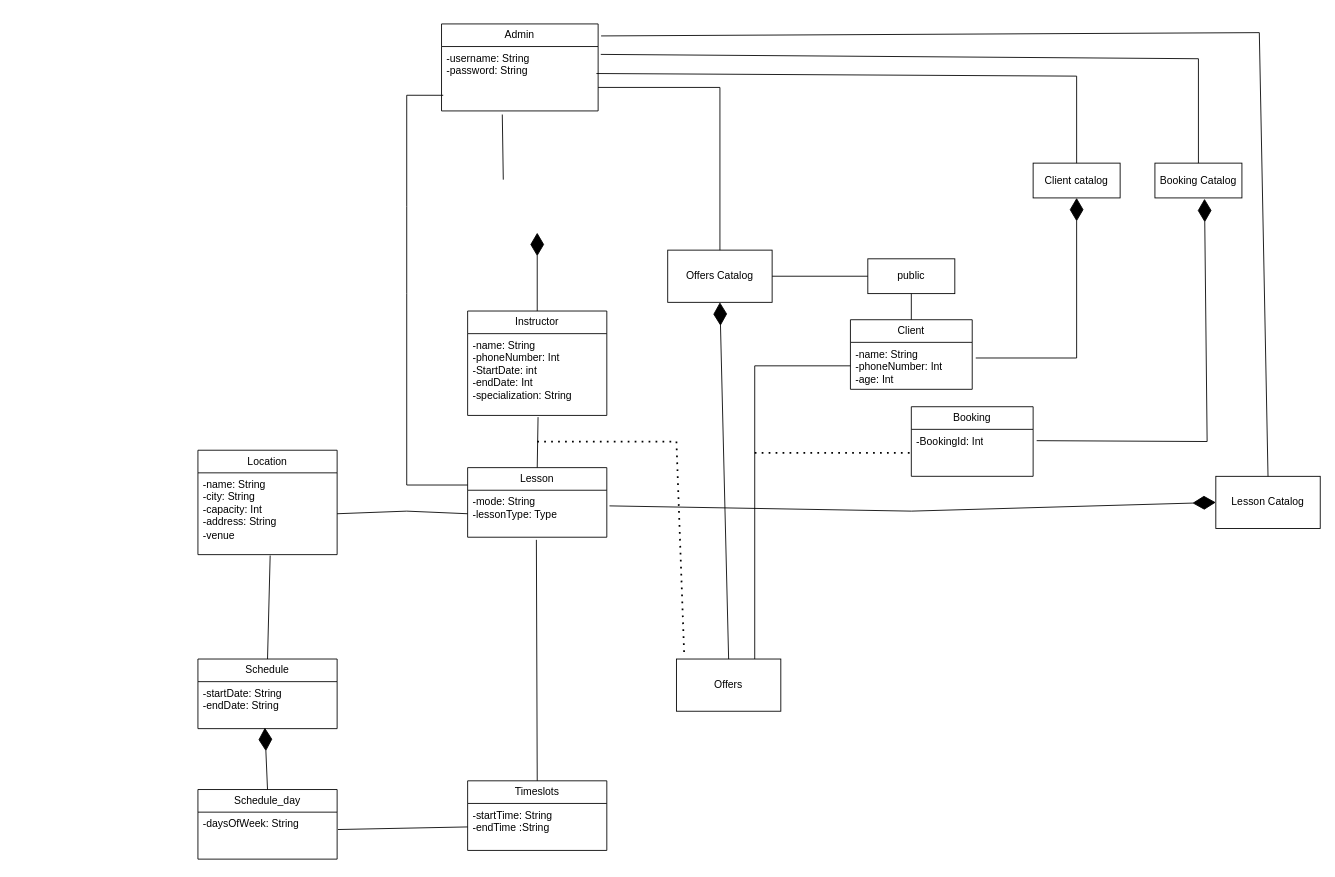
Before: Diagrams/PackageDiagram.drawio in JeremyCrete/Soen342-JeremyCrete-DominicEmond, a draw.io diagram. Source tidied: cells renumbered, new cells numbered last; positions are measured from the earlier drawing's top-left corner, leaving out a move shared by most shapes. Both pictures are drawn from the tidied source at 87%, with x=0, y=0 at pixel (197, 23).
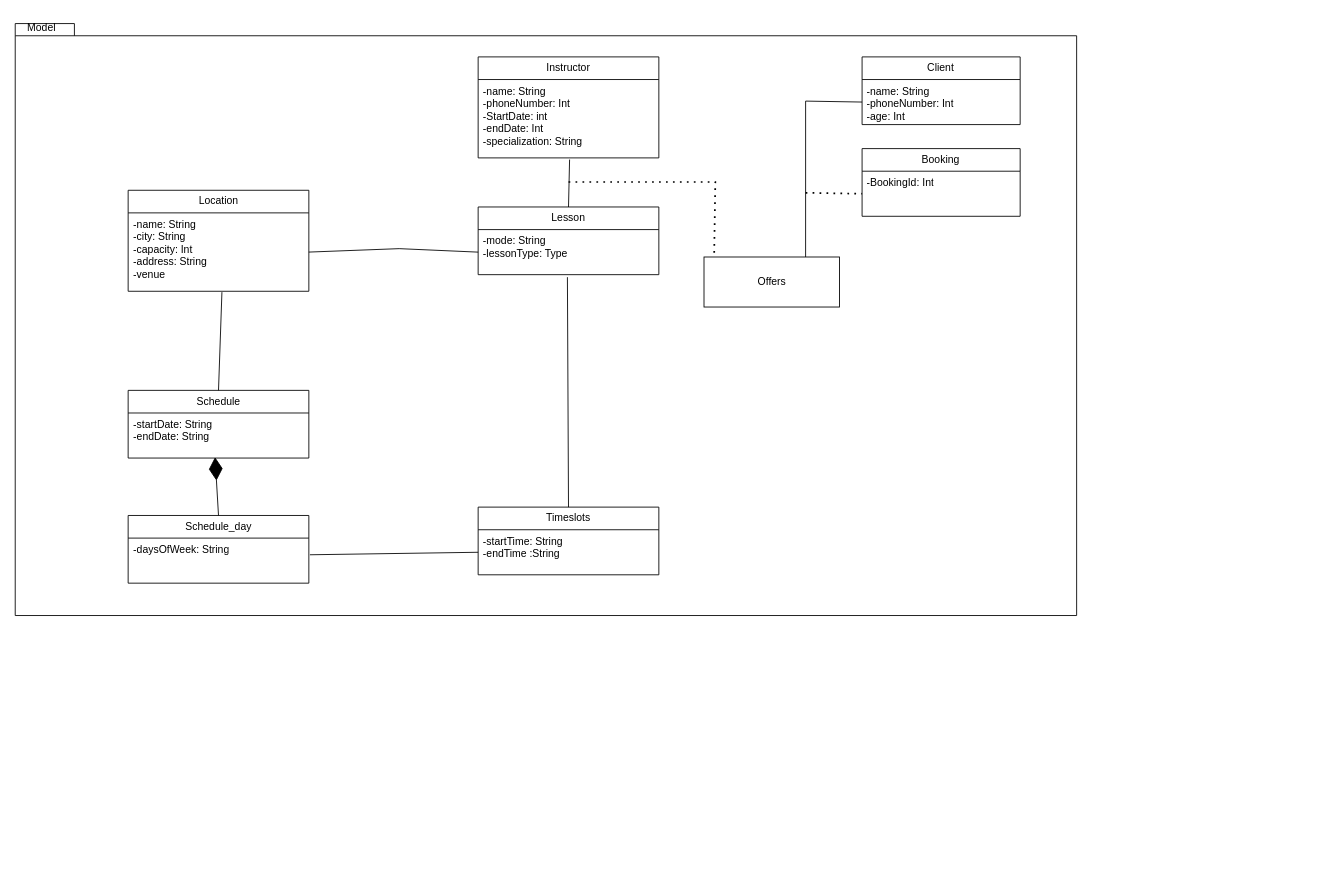
The same page after the edit.

The edit, as a diff of the source:
```diff
@@
-    <mxCell id="2" value="Admin" style="swimlane;fontStyle=0;horizontal=1;startSize=26;fillColor=none;whiteSpace=wrap;html=1;" parent="1" vertex="1">
-      <mxGeometry x="280" width="180" height="100" as="geometry" />
-    </mxCell>
-    <mxCell id="3" value="-username: String&lt;div&gt;-password: String&lt;/div&gt;" style="text;strokeColor=none;fillColor=none;align=left;verticalAlign=top;spacingLeft=4;spacingRight=4;overflow=hidden;points=[[0,0.5],[1,0.5]];portConstraint=eastwest;whiteSpace=wrap;html=1;" parent="2" vertex="1">
-      <mxGeometry y="26" width="180" height="74" as="geometry" />
-    </mxCell>
+    <mxCell id="48" style="group;" parent="1" vertex="1">
+      <mxGeometry x="-210" y="-10" width="1220" height="690" as="geometry" />
+    </mxCell>
+    <mxCell id="49" style="shape=folder;fontStyle=1;spacingTop=10;tabWidth=40;tabHeight=14;tabPosition=left;html=1;whiteSpace=wrap;" parent="48" vertex="1">
+      <mxGeometry y="9.6" width="1220" height="680.4" as="geometry" />
+    </mxCell>
-    <mxCell id="4" value="Instructor" style="swimlane;fontStyle=0;horizontal=1;startSize=26;fillColor=none;whiteSpace=wrap;html=1;" parent="1" vertex="1">
-      <mxGeometry x="310" y="330" width="160" height="120" as="geometry" />
+    <mxCell id="4" value="Instructor" style="swimlane;fontStyle=0;horizontal=1;startSize=26;fillColor=none;whiteSpace=wrap;html=1;" parent="48" vertex="1">
+      <mxGeometry x="532.1" y="47.9" width="207.7" height="116.1" as="geometry" />
     </mxCell>
     <mxCell id="5" value="-name: String&lt;div&gt;-phoneNumber: Int&lt;/div&gt;&lt;div&gt;-StartDate: int&lt;/div&gt;&lt;div&gt;-endDate: Int&lt;/div&gt;&lt;div&gt;-specialization: String&lt;/div&gt;" style="text;strokeColor=none;fillColor=none;align=left;verticalAlign=top;spacingLeft=4;spacingRight=4;overflow=hidden;points=[[0,0.5],[1,0.5]];portConstraint=eastwest;whiteSpace=wrap;html=1;" parent="4" vertex="1">
-      <mxGeometry y="26" width="160" height="94" as="geometry" />
+      <mxGeometry y="26" width="207.7" height="90.1" as="geometry" />
     </mxCell>
-    <mxCell id="6" value="Lesson" style="swimlane;fontStyle=0;horizontal=1;startSize=26;fillColor=none;whiteSpace=wrap;html=1;" parent="1" vertex="1">
-      <mxGeometry x="310" y="510" width="160" height="80" as="geometry" />
+    <mxCell id="6" value="Lesson" style="swimlane;fontStyle=0;horizontal=1;startSize=26;fillColor=none;whiteSpace=wrap;html=1;" parent="48" vertex="1">
+      <mxGeometry x="532.1" y="220.4" width="207.7" height="77.8" as="geometry" />
     </mxCell>
     <mxCell id="7" value="-mode: String&lt;div&gt;-lessonType: Type&lt;/div&gt;" style="text;strokeColor=none;fillColor=none;align=left;verticalAlign=top;spacingLeft=4;spacingRight=4;overflow=hidden;points=[[0,0.5],[1,0.5]];portConstraint=eastwest;whiteSpace=wrap;html=1;" parent="6" vertex="1">
-      <mxGeometry y="26" width="160" height="54" as="geometry" />
+      <mxGeometry y="26" width="207.7" height="51.8" as="geometry" />
     </mxCell>
-    <mxCell id="8" value="Location" style="swimlane;fontStyle=0;horizontal=1;startSize=26;fillColor=none;whiteSpace=wrap;html=1;" parent="1" vertex="1">
-      <mxGeometry y="490" width="160" height="120" as="geometry" />
+    <mxCell id="8" value="Location" style="swimlane;fontStyle=0;horizontal=1;startSize=26;fillColor=none;whiteSpace=wrap;html=1;" parent="48" vertex="1">
+      <mxGeometry x="129.8" y="201.2" width="207.7" height="116.1" as="geometry" />
     </mxCell>
     <mxCell id="9" value="-name: String&lt;div&gt;-city: String&lt;/div&gt;&lt;div&gt;-capacity: Int&lt;/div&gt;&lt;div&gt;-address: String&lt;/div&gt;&lt;div&gt;-venue&lt;/div&gt;" style="text;strokeColor=none;fillColor=none;align=left;verticalAlign=top;spacingLeft=4;spacingRight=4;overflow=hidden;points=[[0,0.5],[1,0.5]];portConstraint=eastwest;whiteSpace=wrap;html=1;" parent="8" vertex="1">
-      <mxGeometry y="26" width="160" height="94" as="geometry" />
+      <mxGeometry y="26" width="207.7" height="90.1" as="geometry" />
     </mxCell>
-    <mxCell id="10" value="Schedule" style="swimlane;fontStyle=0;horizontal=1;startSize=26;fillColor=none;whiteSpace=wrap;html=1;" parent="1" vertex="1">
-      <mxGeometry y="730" width="160" height="80" as="geometry" />
+    <mxCell id="10" value="Schedule" style="swimlane;fontStyle=0;horizontal=1;startSize=26;fillColor=none;whiteSpace=wrap;html=1;" parent="48" vertex="1">
+      <mxGeometry x="129.8" y="431.2" width="207.7" height="77.8" as="geometry" />
     </mxCell>
     <mxCell id="11" value="-startDate: String&lt;div&gt;-endDate: String&lt;/div&gt;" style="text;strokeColor=none;fillColor=none;align=left;verticalAlign=top;spacingLeft=4;spacingRight=4;overflow=hidden;points=[[0,0.5],[1,0.5]];portConstraint=eastwest;whiteSpace=wrap;html=1;" parent="10" vertex="1">
-      <mxGeometry y="26" width="160" height="54" as="geometry" />
+      <mxGeometry y="26" width="207.7" height="51.8" as="geometry" />
     </mxCell>
-    <mxCell id="12" value="Schedule_day" style="swimlane;fontStyle=0;horizontal=1;startSize=26;fillColor=none;whiteSpace=wrap;html=1;" parent="1" vertex="1">
-      <mxGeometry y="880" width="160" height="80" as="geometry" />
+    <mxCell id="12" value="Schedule_day" style="swimlane;fontStyle=0;horizontal=1;startSize=26;fillColor=none;whiteSpace=wrap;html=1;" parent="48" vertex="1">
+      <mxGeometry x="129.8" y="575" width="207.7" height="77.8" as="geometry" />
     </mxCell>
     <mxCell id="13" value="-daysOfWeek: String" style="text;strokeColor=none;fillColor=none;align=left;verticalAlign=top;spacingLeft=4;spacingRight=4;overflow=hidden;points=[[0,0.5],[1,0.5]];portConstraint=eastwest;whiteSpace=wrap;html=1;" parent="12" vertex="1">
-      <mxGeometry y="26" width="160" height="54" as="geometry" />
+      <mxGeometry y="26" width="207.7" height="51.8" as="geometry" />
     </mxCell>
-    <mxCell id="14" value="Timeslots" style="swimlane;fontStyle=0;horizontal=1;startSize=26;fillColor=none;whiteSpace=wrap;html=1;" parent="1" vertex="1">
-      <mxGeometry x="310" y="870" width="160" height="80" as="geometry" />
+    <mxCell id="14" value="Timeslots" style="swimlane;fontStyle=0;horizontal=1;startSize=26;fillColor=none;whiteSpace=wrap;html=1;" parent="48" vertex="1">
+      <mxGeometry x="532.1" y="565.4" width="207.7" height="77.8" as="geometry" />
     </mxCell>
     <mxCell id="15" value="-startTime: String&lt;div&gt;-endTime :String&lt;/div&gt;" style="text;strokeColor=none;fillColor=none;align=left;verticalAlign=top;spacingLeft=4;spacingRight=4;overflow=hidden;points=[[0,0.5],[1,0.5]];portConstraint=eastwest;whiteSpace=wrap;html=1;" parent="14" vertex="1">
-      <mxGeometry y="26" width="160" height="54" as="geometry" />
+      <mxGeometry y="26" width="207.7" height="51.8" as="geometry" />
     </mxCell>
-    <mxCell id="16" style="endArrow=none;html=1;rounded=0;entryX=0.519;entryY=1.011;entryDx=0;entryDy=0;entryPerimeter=0;exitX=0.5;exitY=0;exitDx=0;exitDy=0;" parent="1" edge="1" source="10" target="9">
+    <mxCell id="16" style="endArrow=none;html=1;rounded=0;entryX=0.519;entryY=1.011;entryDx=0;entryDy=0;entryPerimeter=0;exitX=0.5;exitY=0;exitDx=0;exitDy=0;" parent="48" edge="1" source="10" target="9">
       <mxGeometry relative="1" as="geometry" />
     </mxCell>
-    <mxCell id="17" value="Lesson Catalog" style="rounded=0;whiteSpace=wrap;html=1;" parent="1" vertex="1">
-      <mxGeometry x="1170" y="520" width="120" height="60" as="geometry" />
-    </mxCell>
-    <mxCell id="18" style="endArrow=none;html=1;rounded=0;entryX=0;entryY=0.5;entryDx=0;entryDy=0;exitX=1;exitY=0.5;exitDx=0;exitDy=0;" parent="1" edge="1" source="9" target="7">
+    <mxCell id="18" style="endArrow=none;html=1;rounded=0;entryX=0;entryY=0.5;entryDx=0;entryDy=0;exitX=1;exitY=0.5;exitDx=0;exitDy=0;" parent="48" edge="1" source="9" target="7">
       <mxGeometry relative="1" as="geometry">
         <Array as="points">
-          <mxPoint x="240" y="560" />
+          <mxPoint x="441.3" y="268.3" />
         </Array>
       </mxGeometry>
     </mxCell>
-    <mxCell id="19" value="Offers" style="rounded=0;whiteSpace=wrap;html=1;" parent="1" vertex="1">
-      <mxGeometry x="550" y="730" width="120" height="60" as="geometry" />
+    <mxCell id="19" value="Offers" style="rounded=0;whiteSpace=wrap;html=1;" parent="48" vertex="1">
+      <mxGeometry x="791.7" y="277.9" width="155.7" height="57.5" as="geometry" />
     </mxCell>
-    <mxCell id="20" value="Offers Catalog" style="rounded=0;whiteSpace=wrap;html=1;" parent="1" vertex="1">
-      <mxGeometry x="540" y="260" width="120" height="60" as="geometry" />
-    </mxCell>
-    <mxCell id="21" style="endArrow=none;dashed=1;html=1;dashPattern=1 3;strokeWidth=2;rounded=0;entryX=0.075;entryY=-0.05;entryDx=0;entryDy=0;entryPerimeter=0;" parent="1" edge="1" target="19">
+    <mxCell id="21" style="endArrow=none;dashed=1;html=1;dashPattern=1 3;strokeWidth=2;rounded=0;entryX=0.075;entryY=-0.05;entryDx=0;entryDy=0;entryPerimeter=0;" parent="48" edge="1" target="19">
       <mxGeometry relative="1" as="geometry">
-        <mxPoint x="390" y="480" as="sourcePoint" />
+        <mxPoint x="636" y="191.7" as="sourcePoint" />
         <Array as="points">
-          <mxPoint x="550" y="480" />
+          <mxPoint x="804.7" y="191.7" />
         </Array>
       </mxGeometry>
     </mxCell>
-    <mxCell id="22" style="endArrow=diamondThin;endFill=1;endSize=24;html=1;rounded=0;entryX=0.5;entryY=1;entryDx=0;entryDy=0;exitX=0.5;exitY=0;exitDx=0;exitDy=0;" parent="1" edge="1" source="19" target="20">
-      <mxGeometry relative="1" as="geometry" />
-    </mxCell>
-    <mxCell id="23" style="endArrow=none;html=1;rounded=0;" parent="1" edge="1">
-      <mxGeometry relative="1" as="geometry">
-        <mxPoint x="600" y="260" as="sourcePoint" />
-        <mxPoint x="460" y="73" as="targetPoint" />
-        <Array as="points">
-          <mxPoint x="600" y="73" />
-        </Array>
-      </mxGeometry>
-    </mxCell>
-    <mxCell id="24" style="endArrow=none;html=1;rounded=0;exitX=0.5;exitY=0;exitDx=0;exitDy=0;entryX=1.019;entryY=0.138;entryDx=0;entryDy=0;entryPerimeter=0;" parent="1" edge="1" source="17" target="2">
-      <mxGeometry relative="1" as="geometry">
-        <Array as="points">
-          <mxPoint x="1220" y="10" />
-        </Array>
-      </mxGeometry>
-    </mxCell>
-    <mxCell id="25" style="endArrow=none;html=1;rounded=0;entryX=0.506;entryY=1.021;entryDx=0;entryDy=0;entryPerimeter=0;exitX=0.5;exitY=0;exitDx=0;exitDy=0;" parent="1" edge="1" source="6" target="5">
+    <mxCell id="25" style="endArrow=none;html=1;rounded=0;entryX=0.506;entryY=1.021;entryDx=0;entryDy=0;entryPerimeter=0;exitX=0.5;exitY=0;exitDx=0;exitDy=0;" parent="48" edge="1" source="6" target="5">
       <mxGeometry relative="1" as="geometry" />
     </mxCell>
-    <mxCell id="26" value="Client" style="swimlane;fontStyle=0;horizontal=1;startSize=26;fillColor=none;whiteSpace=wrap;html=1;" parent="1" vertex="1">
-      <mxGeometry x="750" y="340" width="140" height="80" as="geometry" />
+    <mxCell id="26" value="Client" style="swimlane;fontStyle=0;horizontal=1;startSize=26;fillColor=none;whiteSpace=wrap;html=1;" parent="48" vertex="1">
+      <mxGeometry x="973.4" y="47.9" width="181.7" height="77.8" as="geometry" />
     </mxCell>
     <mxCell id="27" value="-name: String&lt;div&gt;-phoneNumber: Int&lt;/div&gt;&lt;div&gt;-age: Int&lt;/div&gt;" style="text;strokeColor=none;fillColor=none;align=left;verticalAlign=top;spacingLeft=4;spacingRight=4;overflow=hidden;points=[[0,0.5],[1,0.5]];portConstraint=eastwest;whiteSpace=wrap;html=1;" parent="26" vertex="1">
-      <mxGeometry y="26" width="140" height="54" as="geometry" />
+      <mxGeometry y="26" width="181.7" height="51.8" as="geometry" />
     </mxCell>
-    <mxCell id="28" style="endArrow=none;html=1;rounded=0;exitX=1.006;exitY=0.37;exitDx=0;exitDy=0;exitPerimeter=0;entryX=0;entryY=0.5;entryDx=0;entryDy=0;" parent="1" edge="1" source="13" target="15">
+    <mxCell id="28" style="endArrow=none;html=1;rounded=0;exitX=1.006;exitY=0.37;exitDx=0;exitDy=0;exitPerimeter=0;entryX=0;entryY=0.5;entryDx=0;entryDy=0;" parent="48" edge="1" source="13" target="15">
       <mxGeometry relative="1" as="geometry" />
     </mxCell>
-    <mxCell id="29" style="endArrow=none;html=1;rounded=0;exitX=0.5;exitY=0;exitDx=0;exitDy=0;entryX=0.494;entryY=1.056;entryDx=0;entryDy=0;entryPerimeter=0;" parent="1" edge="1" source="14" target="7">
+    <mxCell id="29" style="endArrow=none;html=1;rounded=0;exitX=0.5;exitY=0;exitDx=0;exitDy=0;entryX=0.494;entryY=1.056;entryDx=0;entryDy=0;entryPerimeter=0;" parent="48" edge="1" source="14" target="7">
       <mxGeometry relative="1" as="geometry" />
     </mxCell>
-    <mxCell id="30" style="endArrow=diamondThin;endFill=1;endSize=24;html=1;rounded=0;exitX=0.5;exitY=0;exitDx=0;exitDy=0;entryX=0.481;entryY=0.981;entryDx=0;entryDy=0;entryPerimeter=0;" parent="1" edge="1" source="12" target="11">
+    <mxCell id="30" style="endArrow=diamondThin;endFill=1;endSize=24;html=1;rounded=0;exitX=0.5;exitY=0;exitDx=0;exitDy=0;entryX=0.481;entryY=0.981;entryDx=0;entryDy=0;entryPerimeter=0;" parent="48" edge="1" source="12" target="11">
       <mxGeometry relative="1" as="geometry" />
     </mxCell>
-    <mxCell id="31" style="endArrow=diamondThin;endFill=1;endSize=24;html=1;rounded=0;entryX=0.5;entryY=1;entryDx=0;entryDy=0;exitX=0.5;exitY=0;exitDx=0;exitDy=0;" parent="1" edge="1" source="4">
-      <mxGeometry relative="1" as="geometry">
-        <mxPoint x="390" y="240" as="targetPoint" />
-      </mxGeometry>
-    </mxCell>
-    <mxCell id="32" style="endArrow=none;html=1;rounded=0;entryX=0.388;entryY=1.056;entryDx=0;entryDy=0;entryPerimeter=0;exitX=0.175;exitY=-0.017;exitDx=0;exitDy=0;exitPerimeter=0;" parent="1" edge="1" target="3">
-      <mxGeometry relative="1" as="geometry">
-        <mxPoint x="351" y="179" as="sourcePoint" />
-      </mxGeometry>
-    </mxCell>
-    <mxCell id="33" style="endArrow=none;html=1;rounded=0;entryX=0;entryY=0.25;entryDx=0;entryDy=0;exitX=0.011;exitY=0.757;exitDx=0;exitDy=0;exitPerimeter=0;" parent="1" edge="1" source="3" target="6">
-      <mxGeometry relative="1" as="geometry">
-        <Array as="points">
-          <mxPoint x="240" y="82" />
-          <mxPoint x="240" y="210" />
-          <mxPoint x="240" y="310" />
-          <mxPoint x="240" y="530" />
-        </Array>
-      </mxGeometry>
-    </mxCell>
-    <mxCell id="34" value="Client catalog" style="rounded=0;whiteSpace=wrap;html=1;" parent="1" vertex="1">
-      <mxGeometry x="960" y="160" width="100" height="40" as="geometry" />
-    </mxCell>
-    <mxCell id="35" value="public" style="rounded=0;whiteSpace=wrap;html=1;" parent="1" vertex="1">
-      <mxGeometry x="770" y="270" width="100" height="40" as="geometry" />
-    </mxCell>
-    <mxCell id="36" style="endArrow=none;html=1;rounded=0;exitX=0.75;exitY=0;exitDx=0;exitDy=0;entryX=0;entryY=0.5;entryDx=0;entryDy=0;" parent="1" edge="1" source="19" target="27">
+    <mxCell id="36" style="endArrow=none;html=1;rounded=0;exitX=0.75;exitY=0;exitDx=0;exitDy=0;entryX=0;entryY=0.5;entryDx=0;entryDy=0;" parent="48" edge="1" source="19" target="27">
       <mxGeometry relative="1" as="geometry">
         <Array as="points">
-          <mxPoint x="640" y="393" />
+          <mxPoint x="908.5" y="98.7" />
         </Array>
       </mxGeometry>
     </mxCell>
-    <mxCell id="37" value="Booking Catalog" style="rounded=0;whiteSpace=wrap;html=1;" parent="1" vertex="1">
-      <mxGeometry x="1100" y="160" width="100" height="40" as="geometry" />
-    </mxCell>
-    <mxCell id="38" value="Booking" style="swimlane;fontStyle=0;horizontal=1;startSize=26;fillColor=none;whiteSpace=wrap;html=1;" parent="1" vertex="1">
-      <mxGeometry x="820" y="440" width="140" height="80" as="geometry" />
+    <mxCell id="38" value="Booking" style="swimlane;fontStyle=0;horizontal=1;startSize=26;fillColor=none;whiteSpace=wrap;html=1;" parent="48" vertex="1">
+      <mxGeometry x="973.4" y="153.3" width="181.7" height="77.8" as="geometry" />
     </mxCell>
     <mxCell id="39" value="-BookingId: Int" style="text;strokeColor=none;fillColor=none;align=left;verticalAlign=top;spacingLeft=4;spacingRight=4;overflow=hidden;points=[[0,0.5],[1,0.5]];portConstraint=eastwest;whiteSpace=wrap;html=1;" parent="38" vertex="1">
-      <mxGeometry y="26" width="140" height="54" as="geometry" />
+      <mxGeometry y="26" width="181.7" height="51.8" as="geometry" />
     </mxCell>
-    <mxCell id="40" style="endArrow=none;html=1;rounded=0;entryX=0;entryY=0.5;entryDx=0;entryDy=0;exitX=1;exitY=0.5;exitDx=0;exitDy=0;" parent="1" edge="1" source="20" target="35">
-      <mxGeometry relative="1" as="geometry" />
-    </mxCell>
-    <mxCell id="41" style="endArrow=none;html=1;rounded=0;entryX=0.5;entryY=0;entryDx=0;entryDy=0;exitX=0.5;exitY=1;exitDx=0;exitDy=0;" parent="1" edge="1" source="35" target="26">
-      <mxGeometry relative="1" as="geometry" />
-    </mxCell>
-    <mxCell id="42" style="endArrow=diamondThin;endFill=1;endSize=24;html=1;rounded=0;entryX=0.5;entryY=1;entryDx=0;entryDy=0;exitX=1.029;exitY=0.333;exitDx=0;exitDy=0;exitPerimeter=0;" parent="1" edge="1" source="27" target="34">
-      <mxGeometry relative="1" as="geometry">
-        <Array as="points">
-          <mxPoint x="1010" y="384" />
-        </Array>
-      </mxGeometry>
-    </mxCell>
-    <mxCell id="43" style="endArrow=none;html=1;rounded=0;exitX=0.989;exitY=0.419;exitDx=0;exitDy=0;exitPerimeter=0;entryX=0.5;entryY=0;entryDx=0;entryDy=0;" parent="1" edge="1" source="3" target="34">
-      <mxGeometry relative="1" as="geometry">
-        <Array as="points">
-          <mxPoint x="1010" y="60" />
-        </Array>
-      </mxGeometry>
-    </mxCell>
-    <mxCell id="44" style="endArrow=none;dashed=1;html=1;dashPattern=1 3;strokeWidth=2;rounded=0;entryX=0;entryY=0.5;entryDx=0;entryDy=0;" parent="1" edge="1" target="39">
+    <mxCell id="44" style="endArrow=none;dashed=1;html=1;dashPattern=1 3;strokeWidth=2;rounded=0;entryX=0;entryY=0.5;entryDx=0;entryDy=0;" parent="48" edge="1" target="39">
       <mxGeometry relative="1" as="geometry">
-        <mxPoint x="640" y="493" as="sourcePoint" />
+        <mxPoint x="908.5" y="204.1" as="sourcePoint" />
       </mxGeometry>
     </mxCell>
-    <mxCell id="45" style="endArrow=none;html=1;rounded=0;exitX=1.017;exitY=0.122;exitDx=0;exitDy=0;exitPerimeter=0;entryX=0.5;entryY=0;entryDx=0;entryDy=0;" parent="1" edge="1" source="3" target="37">
-      <mxGeometry relative="1" as="geometry">
-        <Array as="points">
-          <mxPoint x="1150" y="40" />
-        </Array>
-      </mxGeometry>
-    </mxCell>
-    <mxCell id="46" style="endArrow=diamondThin;endFill=1;endSize=24;html=1;rounded=0;exitX=1.029;exitY=0.241;exitDx=0;exitDy=0;exitPerimeter=0;entryX=0.57;entryY=1.025;entryDx=0;entryDy=0;entryPerimeter=0;" parent="1" edge="1" source="39" target="37">
-      <mxGeometry relative="1" as="geometry">
-        <Array as="points">
-          <mxPoint x="1160" y="480" />
-        </Array>
-      </mxGeometry>
-    </mxCell>
-    <mxCell id="47" style="endArrow=diamondThin;endFill=1;endSize=24;html=1;rounded=0;exitX=1.019;exitY=0.333;exitDx=0;exitDy=0;exitPerimeter=0;entryX=0;entryY=0.5;entryDx=0;entryDy=0;" parent="1" edge="1" source="7" target="17">
-      <mxGeometry relative="1" as="geometry">
-        <Array as="points">
-          <mxPoint x="820" y="560" />
-        </Array>
-      </mxGeometry>
-    </mxCell>
+    <mxCell id="50" value="Model" style="text;html=1;align=center;verticalAlign=middle;strokeColor=none;fillColor=none;" parent="48" vertex="1">
+      <mxGeometry width="60" height="30" as="geometry" />
+    </mxCell>
```
